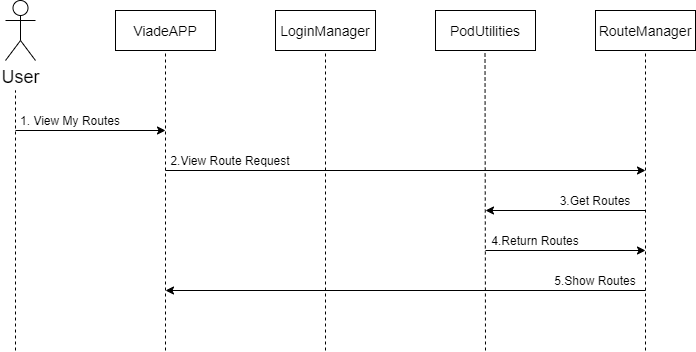
Arquisoft/viade_es3c keeps this draw.io diagram as src/docs/images/06_runtime_view_My_Routes.png. Above is the earlier version. Source tidied: cells renumbered, new cells last; positions are measured from the earlier drawing's top-left corner, leaving out a move shared by most shapes.
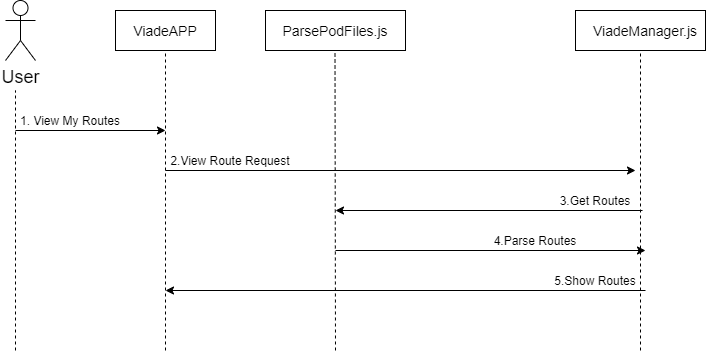
The same diagram one commit later.

The edit, as a diff of the source:
```diff
@@ -17,16 +17,10 @@
     <mxCell id="5" value="&lt;font style=&quot;font-size: 14px&quot;&gt;ViadeAPP&lt;/font&gt;" style="text;html=1;strokeColor=none;fillColor=none;align=center;verticalAlign=middle;whiteSpace=wrap;rounded=0;" parent="1" vertex="1">
       <mxGeometry x="145" y="20" width="40" height="20" as="geometry" />
     </mxCell>
-    <mxCell id="6" style="rounded=0;whiteSpace=wrap;html=1;" parent="1" vertex="1">
-      <mxGeometry x="275" y="10" width="100" height="40" as="geometry" />
-    </mxCell>
-    <mxCell id="7" value="&lt;font style=&quot;font-size: 14px&quot;&gt;LoginManager&lt;/font&gt;" style="text;html=1;strokeColor=none;fillColor=none;align=center;verticalAlign=middle;whiteSpace=wrap;rounded=0;" parent="1" vertex="1">
-      <mxGeometry x="305" y="20" width="40" height="20" as="geometry" />
-    </mxCell>
     <mxCell id="8" style="rounded=0;whiteSpace=wrap;html=1;" parent="1" vertex="1">
-      <mxGeometry x="595" y="10" width="100" height="40" as="geometry" />
+      <mxGeometry x="575" y="10" width="130" height="40" as="geometry" />
     </mxCell>
-    <mxCell id="9" value="&lt;font style=&quot;font-size: 14px&quot;&gt;RouteManager&lt;/font&gt;" style="text;html=1;strokeColor=none;fillColor=none;align=center;verticalAlign=middle;whiteSpace=wrap;rounded=0;" parent="1" vertex="1">
+    <mxCell id="9" value="&lt;font style=&quot;font-size: 14px&quot;&gt;ViadeManager.js&lt;/font&gt;" style="text;html=1;strokeColor=none;fillColor=none;align=center;verticalAlign=middle;whiteSpace=wrap;rounded=0;" parent="1" vertex="1">
       <mxGeometry x="625" y="20" width="40" height="20" as="geometry" />
     </mxCell>
     <mxCell id="10" style="endArrow=none;dashed=1;html=1;entryX=0.5;entryY=1;entryDx=0;entryDy=0;" parent="1" edge="1" target="4">
@@ -34,26 +28,21 @@
         <mxPoint x="165" y="350" as="sourcePoint" />
       </mxGeometry>
     </mxCell>
-    <mxCell id="11" style="endArrow=none;dashed=1;html=1;entryX=0.5;entryY=1;entryDx=0;entryDy=0;" parent="1" edge="1" target="6">
-      <mxGeometry relative="1" as="geometry">
-        <mxPoint x="325" y="350" as="sourcePoint" />
-      </mxGeometry>
-    </mxCell>
     <mxCell id="12" style="endArrow=none;dashed=1;html=1;entryX=0.5;entryY=1;entryDx=0;entryDy=0;" parent="1" edge="1" target="8">
       <mxGeometry relative="1" as="geometry">
-        <mxPoint x="645" y="350" as="sourcePoint" />
+        <mxPoint x="640" y="350" as="sourcePoint" />
       </mxGeometry>
     </mxCell>
     <mxCell id="13" style="rounded=0;whiteSpace=wrap;html=1;" parent="1" vertex="1">
-      <mxGeometry x="435" y="10" width="100" height="40" as="geometry" />
+      <mxGeometry x="265" y="10" width="140" height="40" as="geometry" />
     </mxCell>
-    <mxCell id="14" value="&lt;font style=&quot;font-size: 14px&quot;&gt;PodUtilities&lt;/font&gt;" style="text;html=1;strokeColor=none;fillColor=none;align=center;verticalAlign=middle;whiteSpace=wrap;rounded=0;" parent="1" vertex="1">
-      <mxGeometry x="465" y="20" width="40" height="20" as="geometry" />
+    <mxCell id="14" value="&lt;font style=&quot;font-size: 14px&quot;&gt;ParsePodFiles.js&lt;/font&gt;" style="text;html=1;strokeColor=none;fillColor=none;align=center;verticalAlign=middle;whiteSpace=wrap;rounded=0;" parent="1" vertex="1">
+      <mxGeometry x="315" y="20" width="40" height="20" as="geometry" />
     </mxCell>
     <mxCell id="15" style="endArrow=none;dashed=1;html=1;entryX=0.5;entryY=1;entryDx=0;entryDy=0;" parent="1" edge="1">
       <mxGeometry relative="1" as="geometry">
-        <mxPoint x="485" y="350" as="sourcePoint" />
-        <mxPoint x="484.5" y="50" as="targetPoint" />
+        <mxPoint x="335" y="350" as="sourcePoint" />
+        <mxPoint x="334.5" y="50" as="targetPoint" />
       </mxGeometry>
     </mxCell>
     <mxCell id="16" style="endArrow=classic;html=1;" parent="1" edge="1">
@@ -68,16 +57,15 @@
     <mxCell id="18" style="endArrow=classic;html=1;" parent="1" edge="1">
       <mxGeometry relative="1" as="geometry">
         <mxPoint x="165" y="170" as="sourcePoint" />
-        <mxPoint x="645" y="170" as="targetPoint" />
+        <mxPoint x="635" y="170" as="targetPoint" />
       </mxGeometry>
     </mxCell>
     <mxCell id="19" value="2.View Route Request" style="text;html=1;strokeColor=none;fillColor=none;align=center;verticalAlign=middle;whiteSpace=wrap;rounded=0;" parent="1" vertex="1">
       <mxGeometry x="165" y="150" width="130" height="20" as="geometry" />
     </mxCell>
-    <mxCell id="20" style="endArrow=classic;html=1;" parent="1" edge="1">
+    <mxCell id="20" style="endArrow=classic;html=1;exitX=0.836;exitY=1;exitDx=0;exitDy=0;exitPerimeter=0;" parent="1" edge="1" source="21">
       <mxGeometry relative="1" as="geometry">
-        <mxPoint x="645" y="210" as="sourcePoint" />
-        <mxPoint x="485" y="210" as="targetPoint" />
+        <mxPoint x="335" y="210" as="targetPoint" />
       </mxGeometry>
     </mxCell>
     <mxCell id="21" value="3.Get Routes" style="text;html=1;strokeColor=none;fillColor=none;align=center;verticalAlign=middle;whiteSpace=wrap;rounded=0;" parent="1" vertex="1">
@@ -85,7 +73,7 @@
     </mxCell>
     <mxCell id="22" style="endArrow=classic;html=1;" parent="1" edge="1">
       <mxGeometry relative="1" as="geometry">
-        <mxPoint x="485" y="250" as="sourcePoint" />
+        <mxPoint x="335" y="250" as="sourcePoint" />
         <mxPoint x="645" y="250" as="targetPoint" />
       </mxGeometry>
     </mxCell>
@@ -95,7 +83,7 @@
         <mxPoint x="165" y="290" as="targetPoint" />
       </mxGeometry>
     </mxCell>
-    <mxCell id="24" value="4.Return Routes" style="text;html=1;strokeColor=none;fillColor=none;align=center;verticalAlign=middle;whiteSpace=wrap;rounded=0;" parent="1" vertex="1">
+    <mxCell id="24" value="4.Parse Routes" style="text;html=1;strokeColor=none;fillColor=none;align=center;verticalAlign=middle;whiteSpace=wrap;rounded=0;" parent="1" vertex="1">
       <mxGeometry x="465" y="230" width="140" height="20" as="geometry" />
     </mxCell>
     <mxCell id="25" value="5.Show Routes" style="text;html=1;strokeColor=none;fillColor=none;align=center;verticalAlign=middle;whiteSpace=wrap;rounded=0;" parent="1" vertex="1">
```
